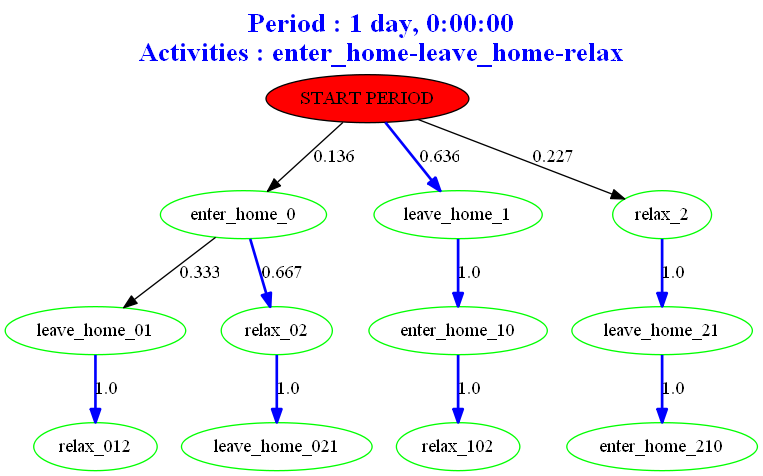
Earlier version of the Graphviz export DES/graph.png (CyriacAzefack/Frailty_Box). Its source is kept beside it as DES/graph.dot.
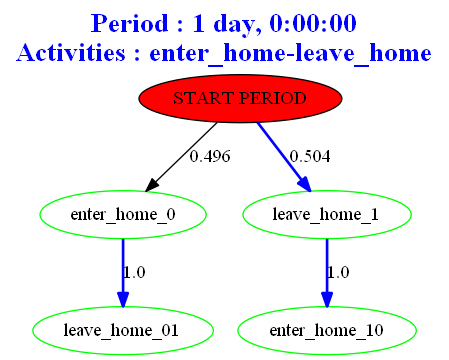
The same file after the commit.

Commit message:
START OF DIGITAL TWIN II

The edit, as a diff of the source:
```diff
@@ -1,30 +1,16 @@
 digraph  {
-label="Period : 1 day, 0:00:00\nActivities : enter_home-leave_home-relax\n";
+label="Period : 1 day, 0:00:00\nActivities : enter_home-leave_home\n";
 labelloc=t;
 fontsize="20 ";
 fontcolor=blue;
 fontname="times-bold";
 "START PERIOD" [color=black, style=filled, fillcolor=red];
 enter_home_0 [color=green];
-leave_home_21 [color=green];
-enter_home_210 [color=green];
 leave_home_1 [color=green];
 enter_home_10 [color=green];
 leave_home_01 [color=green];
-relax_2 [color=green];
-relax_02 [color=green];
-leave_home_021 [color=green];
-relax_102 [color=green];
-relax_012 [color=green];
-"START PERIOD" -> enter_home_0  [key=0, weight="0.136", penwidth=1, label="0.136", color=black];
-"START PERIOD" -> leave_home_1  [key=0, weight="0.636", penwidth=2, label="0.636", color=blue];
-"START PERIOD" -> relax_2  [key=0, weight="0.227", penwidth=1, label="0.227", color=black];
-enter_home_0 -> leave_home_01  [key=0, weight="0.333", penwidth=1, label="0.333", color=black];
-enter_home_0 -> relax_02  [key=0, weight="0.667", penwidth=2, label="0.667", color=blue];
-leave_home_21 -> enter_home_210  [key=0, weight="1.0", penwidth=2, label="1.0", color=blue];
+"START PERIOD" -> enter_home_0  [key=0, weight="0.496", penwidth=1, label="0.496", color=black];
+"START PERIOD" -> leave_home_1  [key=0, weight="0.504", penwidth=2, label="0.504", color=blue];
+enter_home_0 -> leave_home_01  [key=0, weight="1.0", penwidth=2, label="1.0", color=blue];
 leave_home_1 -> enter_home_10  [key=0, weight="1.0", penwidth=2, label="1.0", color=blue];
-enter_home_10 -> relax_102  [key=0, weight="1.0", penwidth=2, label="1.0", color=blue];
-leave_home_01 -> relax_012  [key=0, weight="1.0", penwidth=2, label="1.0", color=blue];
-relax_2 -> leave_home_21  [key=0, weight="1.0", penwidth=2, label="1.0", color=blue];
-relax_02 -> leave_home_021  [key=0, weight="1.0", penwidth=2, label="1.0", color=blue];
 }
```
